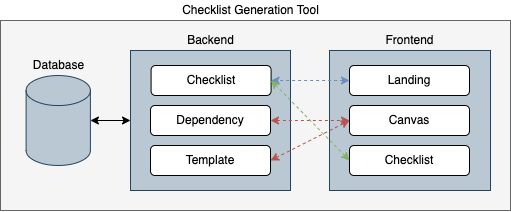
wchr-aun/resource-based-checklist-generation keeps this draw.io diagram as overleaf/images/software_structure.png. Above is the earlier version. Source tidied: cells renumbered, new cells last; positions are measured from the earlier drawing's top-left corner, leaving out a move shared by most shapes.
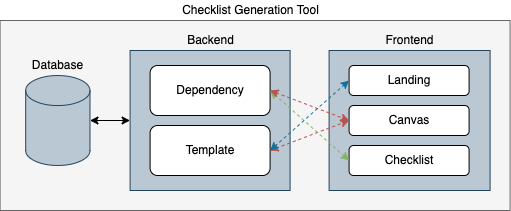
The same diagram one commit later.

Change to the diagram source:
```diff
@@ -3,61 +3,58 @@
     <mxCell id="0" />
     <mxCell id="1" parent="0" />
     <mxCell id="2" style="rounded=0;whiteSpace=wrap;html=1;labelBackgroundColor=none;fontSize=12;fontColor=#333333;strokeColor=#666666;fillColor=#f5f5f5;" parent="1" vertex="1">
-      <mxGeometry y="20" width="510" height="190" as="geometry" />
+      <mxGeometry x="-594.4" y="-5" width="510" height="190" as="geometry" />
     </mxCell>
     <mxCell id="3" style="rounded=0;whiteSpace=wrap;html=1;labelBackgroundColor=none;fontSize=12;strokeColor=#23445d;fillColor=#bac8d3;" parent="1" vertex="1">
-      <mxGeometry x="130" y="50" width="160" height="140" as="geometry" />
+      <mxGeometry x="-464.4" y="25" width="160" height="140" as="geometry" />
     </mxCell>
     <mxCell id="4" style="rounded=0;whiteSpace=wrap;html=1;labelBackgroundColor=none;fontSize=12;strokeColor=#23445d;fillColor=#bac8d3;" parent="1" vertex="1">
-      <mxGeometry x="329" y="50" width="161" height="140" as="geometry" />
+      <mxGeometry x="-265.4" y="25" width="161" height="140" as="geometry" />
     </mxCell>
     <mxCell id="5" value="Template" style="rounded=1;whiteSpace=wrap;html=1;labelBackgroundColor=none;fontSize=12;fontColor=#000000;strokeColor=#000000;fillColor=#FFFFFF;" parent="1" vertex="1">
-      <mxGeometry x="150" y="145" width="120" height="30" as="geometry" />
+      <mxGeometry x="-444.4" y="100" width="120" height="50" as="geometry" />
     </mxCell>
-    <mxCell id="6" value="Checklist" style="rounded=1;whiteSpace=wrap;html=1;labelBackgroundColor=none;fontSize=12;fontColor=#000000;strokeColor=#000000;fillColor=#FFFFFF;" parent="1" vertex="1">
-      <mxGeometry x="150.6" y="65" width="120" height="30" as="geometry" />
+    <mxCell id="6" value="Landing" style="rounded=1;whiteSpace=wrap;html=1;labelBackgroundColor=none;fontSize=12;fontColor=#000000;strokeColor=#000000;fillColor=#FFFFFF;" parent="1" vertex="1">
+      <mxGeometry x="-245.4" y="40" width="120" height="30" as="geometry" />
     </mxCell>
-    <mxCell id="7" style="edgeStyle=orthogonalEdgeStyle;rounded=0;jettySize=auto;html=1;exitX=0;exitY=0.5;exitDx=0;exitDy=0;entryX=1;entryY=0.5;entryDx=0;entryDy=0;labelBackgroundColor=default;fontSize=22;fontColor=#FFFFFF;startArrow=classic;startFill=1;endArrow=classic;endFill=1;endSize=6;strokeWidth=1;dashed=1;fillColor=#dae8fc;strokeColor=#6c8ebf;" parent="1" edge="1" source="8" target="6">
-      <mxGeometry relative="1" as="geometry" />
+    <mxCell id="7" value="Canvas" style="rounded=1;whiteSpace=wrap;html=1;labelBackgroundColor=none;fontSize=12;fontColor=#000000;strokeColor=#000000;fillColor=#FFFFFF;" parent="1" vertex="1">
+      <mxGeometry x="-245.4" y="80" width="120" height="30" as="geometry" />
     </mxCell>
-    <mxCell id="8" value="Landing" style="rounded=1;whiteSpace=wrap;html=1;labelBackgroundColor=none;fontSize=12;fontColor=#000000;strokeColor=#000000;fillColor=#FFFFFF;" parent="1" vertex="1">
-      <mxGeometry x="349" y="65" width="120" height="30" as="geometry" />
+    <mxCell id="8" value="Checklist" style="rounded=1;whiteSpace=wrap;html=1;labelBackgroundColor=none;fontSize=12;fontColor=#000000;strokeColor=#000000;fillColor=#FFFFFF;" parent="1" vertex="1">
+      <mxGeometry x="-245.4" y="120" width="120" height="30" as="geometry" />
     </mxCell>
-    <mxCell id="9" value="Canvas" style="rounded=1;whiteSpace=wrap;html=1;labelBackgroundColor=none;fontSize=12;fontColor=#000000;strokeColor=#000000;fillColor=#FFFFFF;" parent="1" vertex="1">
-      <mxGeometry x="349" y="105" width="120" height="30" as="geometry" />
+    <mxCell id="9" value="Backend" style="text;html=1;align=center;verticalAlign=middle;points=[];strokeColor=none;fillColor=none;fontSize=12;fontColor=#000000;" parent="1" vertex="1">
+      <mxGeometry x="-414.4" y="5" width="60" height="20" as="geometry" />
     </mxCell>
-    <mxCell id="10" value="Checklist" style="rounded=1;whiteSpace=wrap;html=1;labelBackgroundColor=none;fontSize=12;fontColor=#000000;strokeColor=#000000;fillColor=#FFFFFF;" parent="1" vertex="1">
-      <mxGeometry x="349" y="145" width="120" height="30" as="geometry" />
+    <mxCell id="10" value="Frontend" style="text;html=1;align=center;verticalAlign=middle;points=[];strokeColor=none;fillColor=none;fontSize=12;fontColor=#000000;" parent="1" vertex="1">
+      <mxGeometry x="-215.4" y="5" width="60" height="20" as="geometry" />
     </mxCell>
-    <mxCell id="11" value="Backend" style="text;html=1;align=center;verticalAlign=middle;strokeColor=none;fillColor=none;fontSize=12;fontColor=#000000;" parent="1" vertex="1">
-      <mxGeometry x="180" y="30" width="60" height="20" as="geometry" />
+    <mxCell id="11" value="Checklist Generation Tool" style="text;html=1;align=center;verticalAlign=middle;strokeColor=none;fillColor=none;fontSize=12;fontColor=#000000;" parent="1" vertex="1">
+      <mxGeometry x="-419.3" y="-25" width="150" height="20" as="geometry" />
     </mxCell>
-    <mxCell id="12" value="Frontend" style="text;html=1;align=center;verticalAlign=middle;points=[];strokeColor=none;fillColor=none;fontSize=12;fontColor=#000000;" parent="1" vertex="1">
-      <mxGeometry x="379" y="30" width="60" height="20" as="geometry" />
+    <mxCell id="12" value="Dependency" style="rounded=1;whiteSpace=wrap;html=1;labelBackgroundColor=none;fontSize=12;fontColor=#000000;strokeColor=#000000;fillColor=#FFFFFF;" parent="1" vertex="1">
+      <mxGeometry x="-444.4" y="40" width="120" height="50" as="geometry" />
     </mxCell>
-    <mxCell id="13" value="Checklist Generation Tool" style="text;html=1;align=center;verticalAlign=middle;strokeColor=none;fillColor=none;fontSize=12;fontColor=#000000;" parent="1" vertex="1">
-      <mxGeometry x="175.1" width="150" height="20" as="geometry" />
+    <mxCell id="13" style="endArrow=classic;dashed=1;html=1;strokeWidth=1;rounded=0;labelBackgroundColor=default;fontSize=22;fontColor=#FFFFFF;endSize=6;entryX=0;entryY=0.5;entryDx=0;entryDy=0;exitX=1;exitY=0.5;exitDx=0;exitDy=0;startArrow=classic;startFill=1;endFill=1;fillColor=#f8cecc;strokeColor=#b85450;" parent="1" edge="1" source="5" target="7">
+      <mxGeometry relative="1" as="geometry" />
     </mxCell>
-    <mxCell id="14" style="edgeStyle=orthogonalEdgeStyle;rounded=0;jettySize=auto;html=1;exitX=1;exitY=0.5;exitDx=0;exitDy=0;entryX=0;entryY=0.5;entryDx=0;entryDy=0;dashed=1;labelBackgroundColor=default;fontSize=22;fontColor=#FFFFFF;startArrow=classic;startFill=1;endArrow=classic;endFill=1;endSize=6;strokeWidth=1;fillColor=#f8cecc;strokeColor=#b85450;" parent="1" edge="1" source="15" target="9">
+    <mxCell id="14" style="endArrow=classic;dashed=1;html=1;strokeWidth=1;rounded=0;labelBackgroundColor=default;fontSize=22;fontColor=#FFFFFF;endSize=6;entryX=0;entryY=0.5;entryDx=0;entryDy=0;exitX=1;exitY=0.5;exitDx=0;exitDy=0;startArrow=classic;startFill=1;endFill=1;fillColor=#d5e8d4;strokeColor=#82b366;" parent="1" edge="1" source="12" target="8">
       <mxGeometry relative="1" as="geometry" />
     </mxCell>
-    <mxCell id="15" value="Dependency" style="rounded=1;whiteSpace=wrap;html=1;labelBackgroundColor=none;fontSize=12;fontColor=#000000;strokeColor=#000000;fillColor=#FFFFFF;" parent="1" vertex="1">
-      <mxGeometry x="150" y="105" width="120" height="30" as="geometry" />
+    <mxCell id="15" style="edgeStyle=orthogonalEdgeStyle;rounded=0;jettySize=auto;html=1;exitX=1;exitY=0.5;exitDx=0;exitDy=0;exitPerimeter=0;entryX=0;entryY=0.5;entryDx=0;entryDy=0;labelBackgroundColor=default;fontSize=22;fontColor=#FFFFFF;startArrow=classic;startFill=1;endArrow=classic;endFill=1;endSize=6;strokeWidth=1;" parent="1" edge="1" source="16" target="3">
+      <mxGeometry relative="1" as="geometry" />
     </mxCell>
-    <mxCell id="16" style="endArrow=classic;dashed=1;html=1;strokeWidth=1;rounded=0;labelBackgroundColor=default;fontSize=22;fontColor=#FFFFFF;endSize=6;entryX=0;entryY=0.5;entryDx=0;entryDy=0;exitX=1;exitY=0.5;exitDx=0;exitDy=0;startArrow=classic;startFill=1;endFill=1;fillColor=#f8cecc;strokeColor=#b85450;" parent="1" edge="1" source="5" target="9">
-      <mxGeometry relative="1" as="geometry" />
+    <mxCell id="16" style="shape=cylinder3;whiteSpace=wrap;html=1;boundedLbl=1;backgroundOutline=1;size=15;fontSize=36;fillColor=#bac8d3;strokeColor=#23445d;" parent="1" vertex="1">
+      <mxGeometry x="-568.8" y="50" width="64.3" height="89.9" as="geometry" />
     </mxCell>
-    <mxCell id="17" style="endArrow=classic;dashed=1;html=1;strokeWidth=1;rounded=0;labelBackgroundColor=default;fontSize=22;fontColor=#FFFFFF;endSize=6;entryX=0;entryY=0.5;entryDx=0;entryDy=0;exitX=1;exitY=0.5;exitDx=0;exitDy=0;startArrow=classic;startFill=1;endFill=1;fillColor=#d5e8d4;strokeColor=#82b366;" parent="1" edge="1" source="6" target="10">
-      <mxGeometry relative="1" as="geometry" />
+    <mxCell id="17" value="Database" style="text;html=1;align=center;verticalAlign=middle;strokeColor=none;fillColor=none;fontSize=12;fontColor=#000000;" parent="1" vertex="1">
+      <mxGeometry x="-571.7" y="30" width="70" height="20" as="geometry" />
     </mxCell>
-    <mxCell id="18" style="edgeStyle=orthogonalEdgeStyle;rounded=0;jettySize=auto;html=1;exitX=1;exitY=0.5;exitDx=0;exitDy=0;exitPerimeter=0;entryX=0;entryY=0.5;entryDx=0;entryDy=0;labelBackgroundColor=default;fontSize=22;fontColor=#FFFFFF;startArrow=classic;startFill=1;endArrow=classic;endFill=1;endSize=6;strokeWidth=1;" parent="1" edge="1" source="19" target="3">
+    <mxCell id="18" style="endArrow=classic;dashed=1;html=1;strokeWidth=1;rounded=0;labelBackgroundColor=default;fontSize=22;fontColor=#FFFFFF;endSize=6;entryX=0;entryY=0.5;entryDx=0;entryDy=0;exitX=1;exitY=0.5;exitDx=0;exitDy=0;startArrow=classic;startFill=1;endFill=1;fillColor=#f8cecc;strokeColor=#b85450;" parent="1" edge="1" source="12" target="7">
       <mxGeometry relative="1" as="geometry" />
     </mxCell>
-    <mxCell id="19" style="shape=cylinder3;whiteSpace=wrap;html=1;boundedLbl=1;backgroundOutline=1;size=15;fontSize=36;fillColor=#bac8d3;strokeColor=#23445d;" parent="1" vertex="1">
-      <mxGeometry x="25.6" y="75" width="64.3" height="89.9" as="geometry" />
+    <mxCell id="19" style="endArrow=classic;dashed=1;html=1;strokeWidth=1;rounded=0;labelBackgroundColor=default;fontSize=22;fontColor=#FFFFFF;endSize=6;entryX=0;entryY=0.5;entryDx=0;entryDy=0;exitX=1;exitY=0.5;exitDx=0;exitDy=0;startArrow=classic;startFill=1;endFill=1;fillColor=#b1ddf0;strokeColor=#10739e;" parent="1" edge="1" source="5" target="6">
+      <mxGeometry relative="1" as="geometry" />
     </mxCell>
-    <mxCell id="20" value="Database" style="text;html=1;align=center;verticalAlign=middle;strokeColor=none;fillColor=none;fontSize=12;fontColor=#000000;" parent="1" vertex="1">
-      <mxGeometry x="22.8" y="55" width="70" height="20" as="geometry" />
-    </mxCell>
   </root>
 </mxGraphModel>
```
